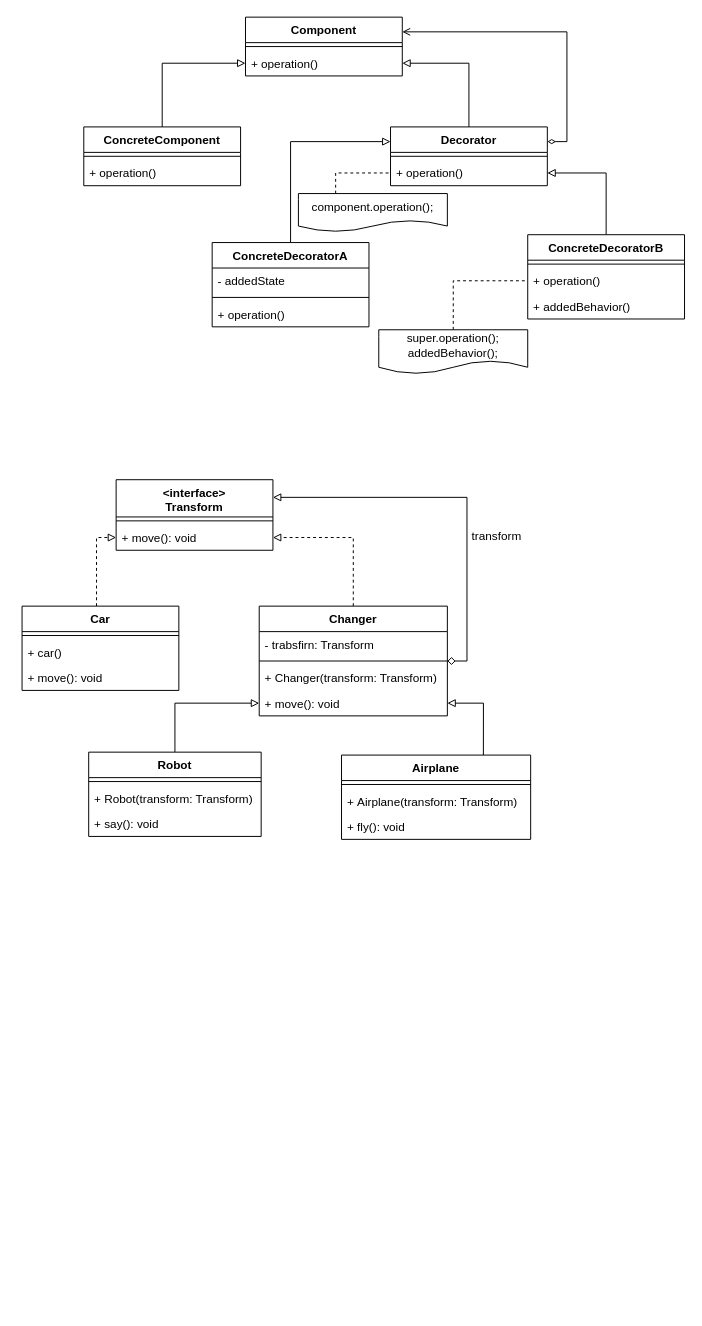
Before: page "装饰模式" (4 of 7) of source/_posts/designMode/draw/结构型模式.drawio in xiaou66/xiaou66-xiaou_blog, a draw.io diagram. Source tidied: cells renumbered, new cells numbered last; positions are measured from the earlier drawing's top-left corner, leaving out a move shared by most shapes. Both pictures are drawn from the tidied source at 98%, with x=0, y=0 at pixel (22, 17).
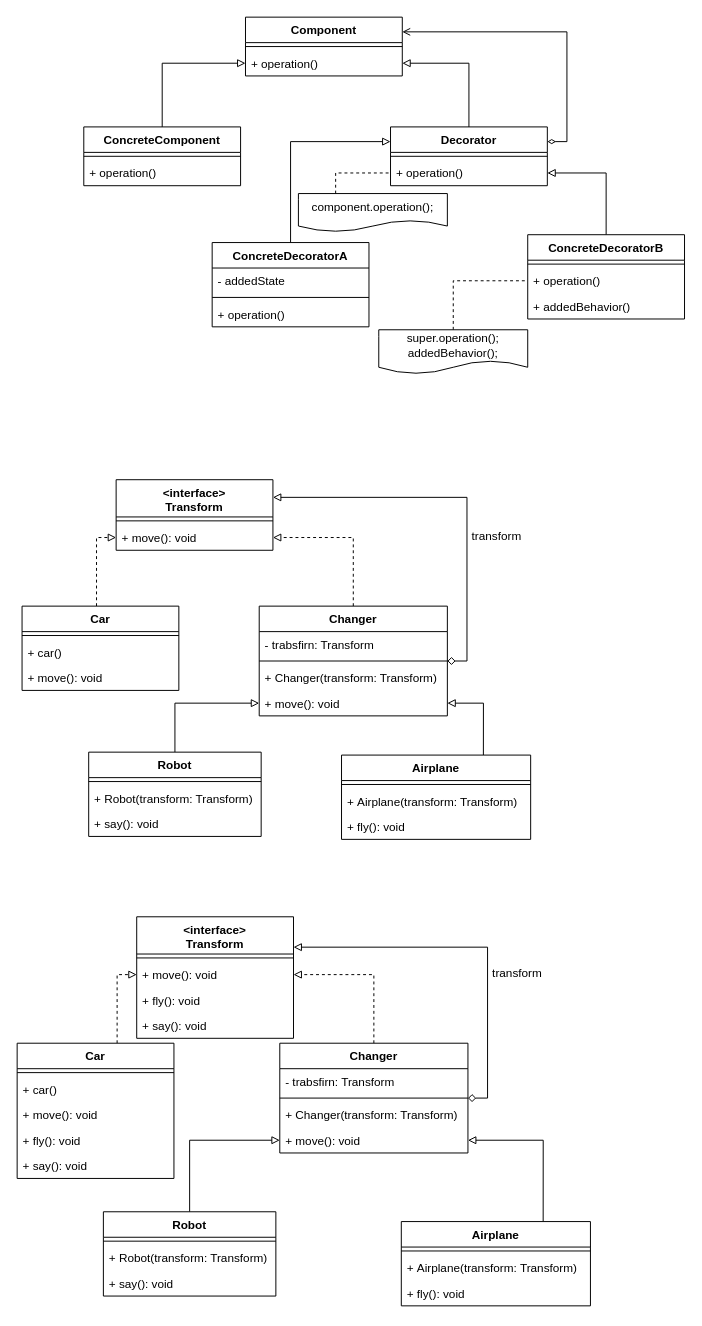
Above is the later version.

What changed in the source:
```diff
@@
+    <mxCell id="54" value="&lt;interface&gt;&#10;Transform" style="swimlane;fontStyle=1;align=center;verticalAlign=top;horizontal=1;startSize=38;" parent="1" vertex="1">
+      <mxGeometry x="117" y="918" width="160" height="124" as="geometry" />
+    </mxCell>
+    <mxCell id="55" style="line;strokeWidth=1;fillColor=none;align=left;verticalAlign=middle;spacingTop=-1;spacingLeft=3;spacingRight=3;labelPosition=right;" parent="54" vertex="1">
+      <mxGeometry y="38" width="160" height="8" as="geometry" />
+    </mxCell>
+    <mxCell id="56" value="+ move(): void" style="text;strokeColor=none;fillColor=none;align=left;verticalAlign=top;spacingLeft=4;spacingRight=4;overflow=hidden;points=[[0,0.5],[1,0.5]];portConstraint=eastwest;" parent="54" vertex="1">
+      <mxGeometry y="46" width="160" height="26" as="geometry" />
+    </mxCell>
+    <mxCell id="57" value="+ fly(): void" style="text;strokeColor=none;fillColor=none;align=left;verticalAlign=top;spacingLeft=4;spacingRight=4;overflow=hidden;" parent="54" vertex="1">
+      <mxGeometry y="72" width="160" height="26" as="geometry" />
+    </mxCell>
+    <mxCell id="58" value="+ say(): void" style="text;strokeColor=none;fillColor=none;align=left;verticalAlign=top;spacingLeft=4;spacingRight=4;overflow=hidden;" parent="54" vertex="1">
+      <mxGeometry y="98" width="160" height="26" as="geometry" />
+    </mxCell>
+    <mxCell id="59" style="edgeStyle=orthogonalEdgeStyle;rounded=0;jettySize=auto;html=1;dashed=1;startArrow=none;startFill=0;endArrow=block;endFill=0;" parent="1" edge="1" source="60" target="56">
+      <mxGeometry relative="1" as="geometry">
+        <Array as="points">
+          <mxPoint x="97" y="977" />
+        </Array>
+      </mxGeometry>
+    </mxCell>
+    <mxCell id="60" value="Car" style="swimlane;fontStyle=1;align=center;verticalAlign=top;horizontal=1;startSize=26;" parent="1" vertex="1">
+      <mxGeometry x="-5" y="1047" width="160" height="138" as="geometry" />
+    </mxCell>
+    <mxCell id="61" style="line;strokeWidth=1;fillColor=none;align=left;verticalAlign=middle;spacingTop=-1;spacingLeft=3;spacingRight=3;labelPosition=right;" parent="60" vertex="1">
+      <mxGeometry y="26" width="160" height="8" as="geometry" />
+    </mxCell>
+    <mxCell id="62" value="+ car()" style="text;strokeColor=none;fillColor=none;align=left;verticalAlign=top;spacingLeft=4;spacingRight=4;overflow=hidden;" parent="60" vertex="1">
+      <mxGeometry y="34" width="160" height="26" as="geometry" />
+    </mxCell>
+    <mxCell id="63" value="+ move(): void" style="text;strokeColor=none;fillColor=none;align=left;verticalAlign=top;spacingLeft=4;spacingRight=4;overflow=hidden;" parent="60" vertex="1">
+      <mxGeometry y="60" width="160" height="26" as="geometry" />
+    </mxCell>
+    <mxCell id="64" value="+ fly(): void" style="text;strokeColor=none;fillColor=none;align=left;verticalAlign=top;spacingLeft=4;spacingRight=4;overflow=hidden;" parent="60" vertex="1">
+      <mxGeometry y="86" width="160" height="26" as="geometry" />
+    </mxCell>
+    <mxCell id="65" value="+ say(): void" style="text;strokeColor=none;fillColor=none;align=left;verticalAlign=top;spacingLeft=4;spacingRight=4;overflow=hidden;" parent="60" vertex="1">
+      <mxGeometry y="112" width="160" height="26" as="geometry" />
+    </mxCell>
+    <mxCell id="66" style="edgeStyle=orthogonalEdgeStyle;rounded=0;jettySize=auto;html=1;exitX=0.5;exitY=0;exitDx=0;exitDy=0;entryX=1;entryY=0.5;entryDx=0;entryDy=0;dashed=1;startArrow=none;startFill=0;endArrow=block;endFill=0;" parent="1" edge="1" source="68" target="56">
+      <mxGeometry relative="1" as="geometry" />
+    </mxCell>
+    <mxCell id="67" style="edgeStyle=orthogonalEdgeStyle;rounded=0;jettySize=auto;html=1;exitX=1;exitY=0.5;exitDx=0;exitDy=0;entryX=1;entryY=0.25;entryDx=0;entryDy=0;startArrow=diamond;startFill=0;endArrow=block;endFill=0;" parent="1" edge="1" source="68" target="54">
+      <mxGeometry relative="1" as="geometry" />
+    </mxCell>
+    <mxCell id="68" value="Changer" style="swimlane;fontStyle=1;align=center;verticalAlign=top;horizontal=1;startSize=26;" parent="1" vertex="1">
+      <mxGeometry x="263" y="1047" width="192" height="112" as="geometry" />
+    </mxCell>
+    <mxCell id="69" value="- trabsfirn: Transform" style="text;strokeColor=none;fillColor=none;align=left;verticalAlign=top;spacingLeft=4;spacingRight=4;overflow=hidden;" parent="68" vertex="1">
+      <mxGeometry y="26" width="192" height="26" as="geometry" />
+    </mxCell>
+    <mxCell id="70" style="line;strokeWidth=1;fillColor=none;align=left;verticalAlign=middle;spacingTop=-1;spacingLeft=3;spacingRight=3;labelPosition=right;" parent="68" vertex="1">
+      <mxGeometry y="52" width="192" height="8" as="geometry" />
+    </mxCell>
+    <mxCell id="71" value="+ Changer(transform: Transform)" style="text;strokeColor=none;fillColor=none;align=left;verticalAlign=top;spacingLeft=4;spacingRight=4;overflow=hidden;" parent="68" vertex="1">
+      <mxGeometry y="60" width="192" height="26" as="geometry" />
+    </mxCell>
+    <mxCell id="72" value="+ move(): void" style="text;strokeColor=none;fillColor=none;align=left;verticalAlign=top;spacingLeft=4;spacingRight=4;overflow=hidden;points=[[0,0.5],[1,0.5]];portConstraint=eastwest;" parent="68" vertex="1">
+      <mxGeometry y="86" width="192" height="26" as="geometry" />
+    </mxCell>
+    <mxCell id="73" style="edgeStyle=orthogonalEdgeStyle;rounded=0;jettySize=auto;html=1;exitX=0.5;exitY=0;exitDx=0;exitDy=0;startArrow=none;startFill=0;endArrow=block;endFill=0;" parent="1" edge="1" source="74" target="72">
+      <mxGeometry relative="1" as="geometry" />
+    </mxCell>
+    <mxCell id="74" value="Robot" style="swimlane;fontStyle=1;align=center;verticalAlign=top;horizontal=1;startSize=26;" parent="1" vertex="1">
+      <mxGeometry x="83" y="1219" width="176" height="86" as="geometry" />
+    </mxCell>
+    <mxCell id="75" style="line;strokeWidth=1;fillColor=none;align=left;verticalAlign=middle;spacingTop=-1;spacingLeft=3;spacingRight=3;labelPosition=right;" parent="74" vertex="1">
+      <mxGeometry y="26" width="176" height="8" as="geometry" />
+    </mxCell>
+    <mxCell id="76" value="+ Robot(transform: Transform)" style="text;strokeColor=none;fillColor=none;align=left;verticalAlign=top;spacingLeft=4;spacingRight=4;overflow=hidden;" parent="74" vertex="1">
+      <mxGeometry y="34" width="176" height="26" as="geometry" />
+    </mxCell>
+    <mxCell id="77" value="+ say(): void" style="text;strokeColor=none;fillColor=none;align=left;verticalAlign=top;spacingLeft=4;spacingRight=4;overflow=hidden;" parent="74" vertex="1">
+      <mxGeometry y="60" width="176" height="26" as="geometry" />
+    </mxCell>
+    <mxCell id="78" style="edgeStyle=orthogonalEdgeStyle;rounded=0;jettySize=auto;html=1;exitX=0.75;exitY=0;exitDx=0;exitDy=0;startArrow=none;startFill=0;endArrow=block;endFill=0;" parent="1" edge="1" source="79" target="72">
+      <mxGeometry relative="1" as="geometry" />
+    </mxCell>
+    <mxCell id="79" value="Airplane" style="swimlane;fontStyle=1;align=center;verticalAlign=top;horizontal=1;startSize=26;" parent="1" vertex="1">
+      <mxGeometry x="387" y="1229" width="193" height="86" as="geometry" />
+    </mxCell>
+    <mxCell id="80" style="line;strokeWidth=1;fillColor=none;align=left;verticalAlign=middle;spacingTop=-1;spacingLeft=3;spacingRight=3;labelPosition=right;" parent="79" vertex="1">
+      <mxGeometry y="26" width="193" height="8" as="geometry" />
+    </mxCell>
+    <mxCell id="81" value="+ Airplane(transform: Transform)" style="text;strokeColor=none;fillColor=none;align=left;verticalAlign=top;spacingLeft=4;spacingRight=4;overflow=hidden;" parent="79" vertex="1">
+      <mxGeometry y="34" width="193" height="26" as="geometry" />
+    </mxCell>
+    <mxCell id="82" value="+ fly(): void" style="text;strokeColor=none;fillColor=none;align=left;verticalAlign=top;spacingLeft=4;spacingRight=4;overflow=hidden;" parent="79" vertex="1">
+      <mxGeometry y="60" width="193" height="26" as="geometry" />
+    </mxCell>
+    <mxCell id="83" value="transform" style="text;html=1;align=center;verticalAlign=middle;strokeColor=none;fillColor=none;" parent="1" vertex="1">
+      <mxGeometry x="474" y="967" width="61" height="18" as="geometry" />
+    </mxCell>
```
